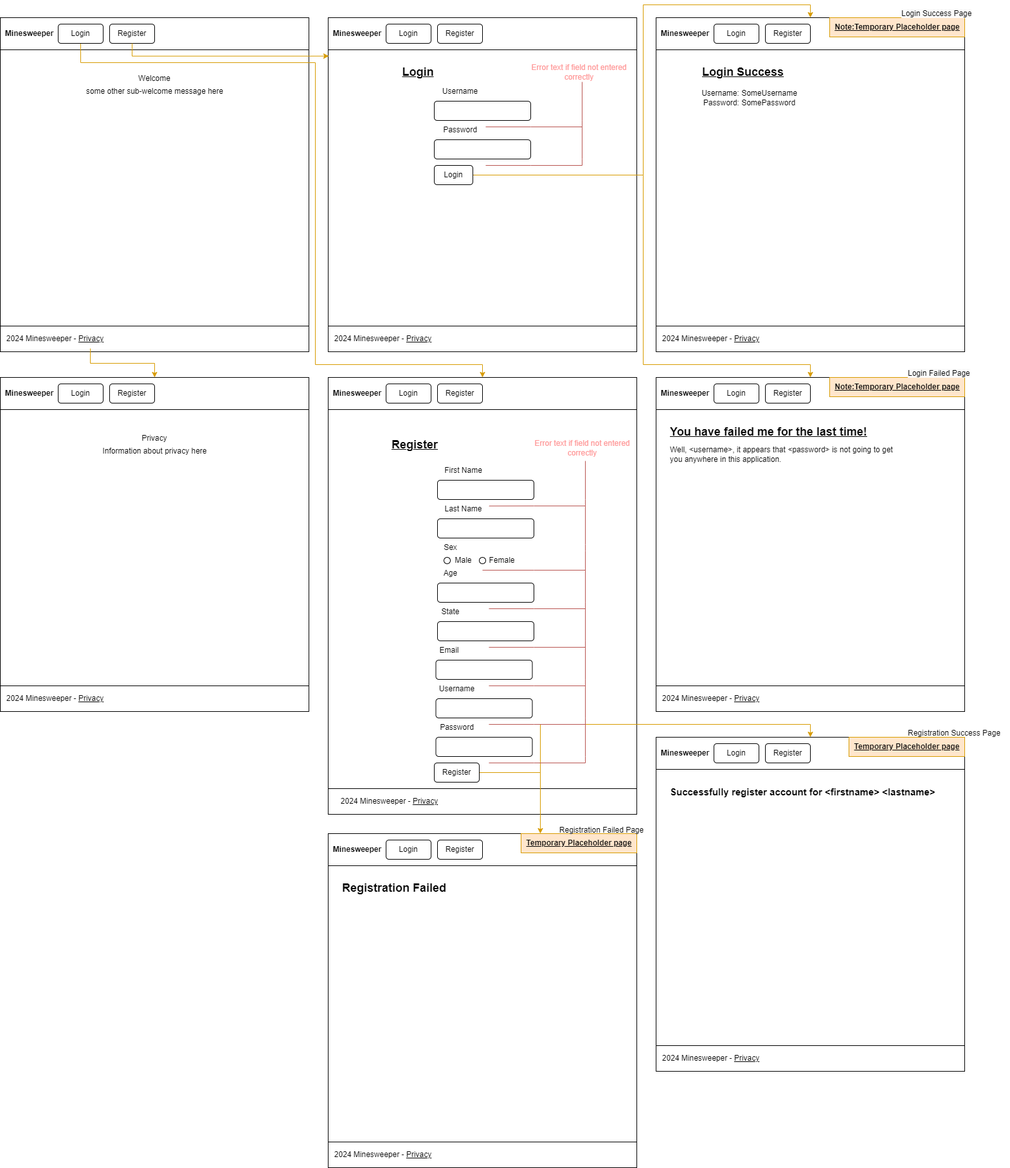
The draw.io diagram assets/Wireframes.png in scottwmaxwell/minesweeper, before a commit. Source tidied: cells renumbered, new cells last; positions are measured from the earlier drawing's top-left corner, leaving out a move shared by most shapes.
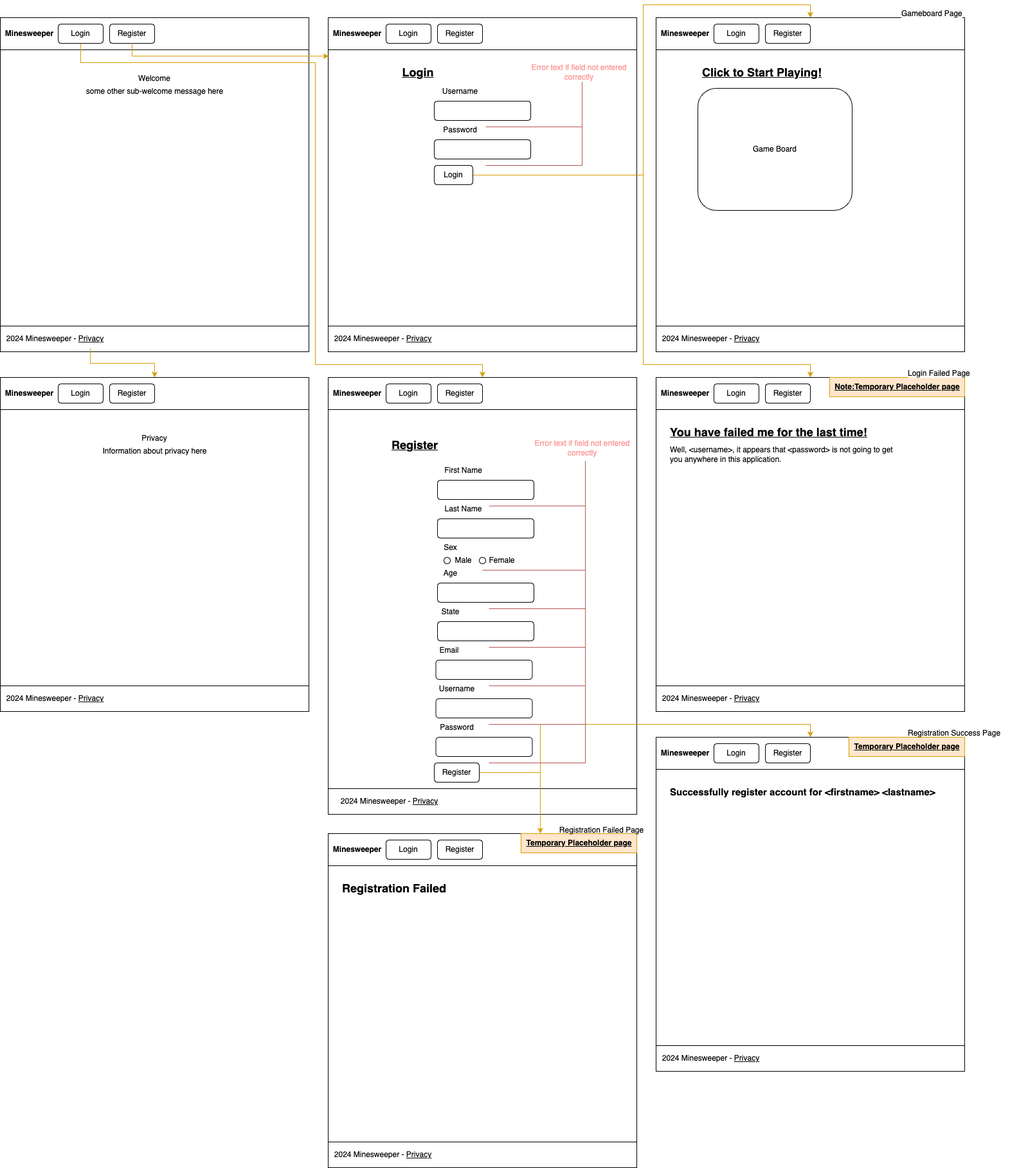
The same file after the commit.

Commit message:
Updated UML Class Diagram

Diff of the diagram source:
```diff
@@ -259,15 +259,9 @@
     <mxCell id="74" value="2024 Minesweeper - &lt;u&gt;Privacy&lt;/u&gt;" style="text;html=1;align=center;verticalAlign=middle;strokeColor=none;fillColor=none;" parent="1" vertex="1">
       <mxGeometry x="1020" y="505" width="170" height="30" as="geometry" />
     </mxCell>
-    <mxCell id="75" value="Username: SomeUsername&lt;div&gt;Password: SomePassword&lt;/div&gt;" style="text;html=1;align=center;verticalAlign=middle;strokeColor=none;fillColor=none;" parent="1" vertex="1">
-      <mxGeometry x="1080" y="125" width="170" height="40" as="geometry" />
-    </mxCell>
-    <mxCell id="76" value="&lt;b&gt;&lt;u&gt;&lt;font style=&quot;font-size: 18px;&quot;&gt;Login Success&lt;/font&gt;&lt;/u&gt;&lt;/b&gt;" style="text;html=1;align=left;verticalAlign=middle;whiteSpace=wrap;rounded=0;strokeWidth=1;" parent="1" vertex="1">
-      <mxGeometry x="1090" y="90" width="130" height="30" as="geometry" />
+    <mxCell id="76" value="&lt;span style=&quot;font-size: 18px;&quot;&gt;&lt;b&gt;&lt;u&gt;Click to Start Playing!&lt;/u&gt;&lt;/b&gt;&lt;/span&gt;" style="text;html=1;align=left;verticalAlign=middle;whiteSpace=wrap;rounded=0;strokeWidth=1;" parent="1" vertex="1">
+      <mxGeometry x="1090" y="90" width="190" height="30" as="geometry" />
     </mxCell>
-    <mxCell id="77" value="Note:Temporary Placeholder page" style="text;html=1;align=center;verticalAlign=middle;strokeColor=#d79b00;fillColor=#ffe6cc;fontStyle=5;" parent="1" vertex="1">
-      <mxGeometry x="1290" y="20" width="210" height="30" as="geometry" />
-    </mxCell>
     <mxCell id="78" style="rounded=0;whiteSpace=wrap;html=1;" parent="1" vertex="1">
       <mxGeometry x="1020" y="580" width="480" height="520" as="geometry" />
     </mxCell>
@@ -358,7 +352,7 @@
     <mxCell id="107" value="&lt;span style=&quot;color: rgb(0, 0, 0); font-family: Helvetica; font-size: 12px; font-style: normal; font-variant-ligatures: normal; font-variant-caps: normal; font-weight: 400; letter-spacing: normal; orphans: 2; text-align: center; text-indent: 0px; text-transform: none; widows: 2; word-spacing: 0px; -webkit-text-stroke-width: 0px; white-space: nowrap; background-color: rgb(251, 251, 251); text-decoration-thickness: initial; text-decoration-style: initial; text-decoration-color: initial; display: inline !important; float: none;&quot;&gt;Login Failed Page&lt;/span&gt;" style="text;whiteSpace=wrap;html=1;" parent="1" vertex="1">
       <mxGeometry x="1410" y="560" width="160" height="40" as="geometry" />
     </mxCell>
-    <mxCell id="108" value="&lt;span style=&quot;color: rgb(0, 0, 0); font-family: Helvetica; font-size: 12px; font-style: normal; font-variant-ligatures: normal; font-variant-caps: normal; font-weight: 400; letter-spacing: normal; orphans: 2; text-align: center; text-indent: 0px; text-transform: none; widows: 2; word-spacing: 0px; -webkit-text-stroke-width: 0px; white-space: nowrap; background-color: rgb(251, 251, 251); text-decoration-thickness: initial; text-decoration-style: initial; text-decoration-color: initial; display: inline !important; float: none;&quot;&gt;Login Success Page&lt;/span&gt;" style="text;whiteSpace=wrap;html=1;" parent="1" vertex="1">
+    <mxCell id="108" value="&lt;span style=&quot;color: rgb(0, 0, 0); font-family: Helvetica; font-size: 12px; font-style: normal; font-variant-ligatures: normal; font-variant-caps: normal; font-weight: 400; letter-spacing: normal; orphans: 2; text-align: center; text-indent: 0px; text-transform: none; widows: 2; word-spacing: 0px; -webkit-text-stroke-width: 0px; white-space: nowrap; background-color: rgb(251, 251, 251); text-decoration-thickness: initial; text-decoration-style: initial; text-decoration-color: initial; display: inline !important; float: none;&quot;&gt;Gameboard Page&lt;/span&gt;" style="text;whiteSpace=wrap;html=1;" parent="1" vertex="1">
       <mxGeometry x="1400" width="160" height="40" as="geometry" />
     </mxCell>
     <mxCell id="109" value="&lt;div style=&quot;text-align: center;&quot;&gt;&lt;span style=&quot;background-color: initial; text-wrap: nowrap;&quot;&gt;Registration Success Page&lt;/span&gt;&lt;/div&gt;" style="text;whiteSpace=wrap;html=1;" parent="1" vertex="1">
@@ -469,5 +463,8 @@
         </Array>
       </mxGeometry>
     </mxCell>
+    <mxCell id="121" value="Game Board" style="rounded=1;whiteSpace=wrap;html=1;" parent="1" vertex="1">
+      <mxGeometry x="1085" y="130" width="240" height="190" as="geometry" />
+    </mxCell>
   </root>
 </mxGraphModel>
```
